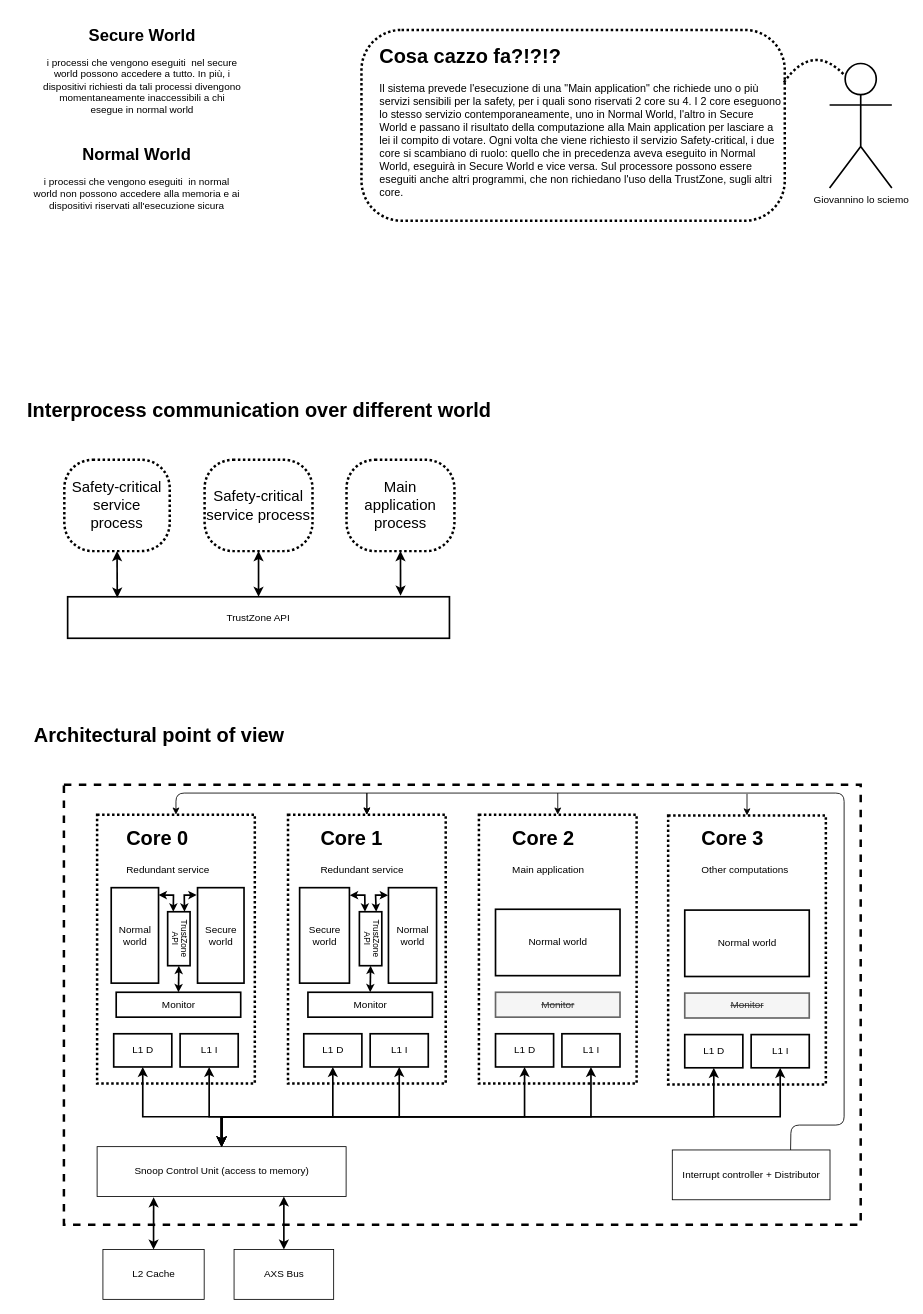
Before: page "Page-4" (3 of 4) of Untitled Diagram.drawio in gabrielegiannini/quality-and-certification-project, a draw.io diagram. Source tidied: cells renumbered, new cells numbered last; positions are measured from the earlier drawing's top-left corner, leaving out a move shared by most shapes. Both pictures are drawn from the tidied source at 83%, with x=0, y=0 at pixel (14, 22).
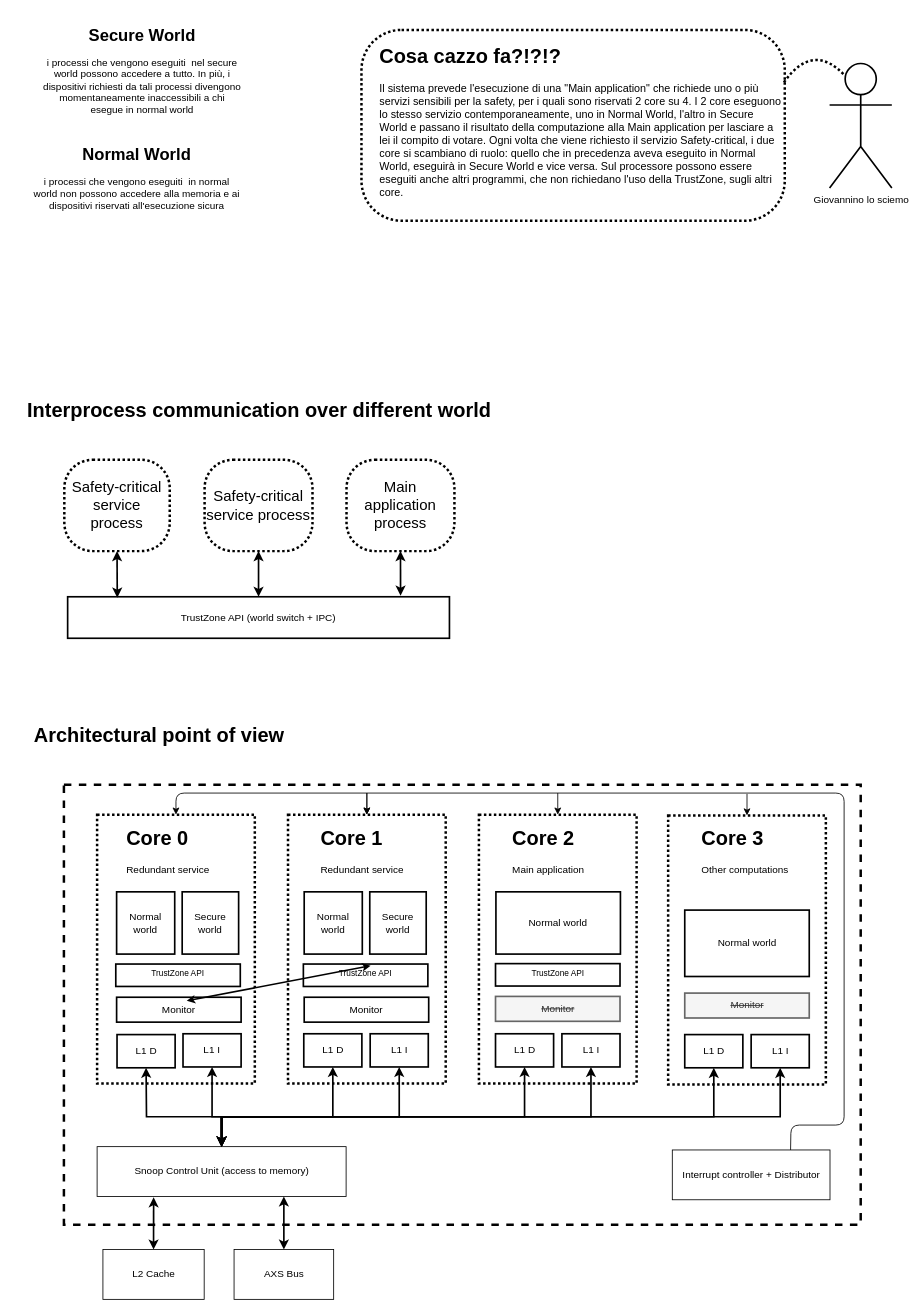
After the change.

Unchanged cells that the change refers to:
```xml
<mxCell id="28" value="Snoop Control Unit (access to memory)" style="rounded=0;whiteSpace=wrap;html=1;strokeColor=#000000;strokeWidth=1;fillColor=none;" parent="1" vertex="1">
  <mxGeometry x="99.5" y="1354" width="300" height="60" as="geometry" />
</mxCell>
<mxCell id="63" style="group;" parent="1" vertex="1">
  <mxGeometry x="60" y="526.5" width="470" height="215" as="geometry" />
</mxCell>
```

The edit, as a diff of the source:
```diff
@@
     <mxCell id="10" value="Normal world" style="rounded=0;whiteSpace=wrap;html=1;strokeWidth=2;fillColor=none;strokeColor=#000000;" parent="1" vertex="1">
-      <mxGeometry x="116.5" y="1042" width="57" height="115" as="geometry" />
+      <mxGeometry x="123" y="1047" width="70" height="75" as="geometry" />
     </mxCell>
     <mxCell id="11" value="Secure world" style="rounded=0;whiteSpace=wrap;html=1;strokeWidth=2;fillColor=none;strokeColor=#000000;" parent="1" vertex="1">
-      <mxGeometry x="220.5" y="1042" width="56" height="115" as="geometry" />
+      <mxGeometry x="202" y="1047" width="68" height="75" as="geometry" />
     </mxCell>
-    <mxCell id="12" value="Secure world" style="rounded=0;whiteSpace=wrap;html=1;strokeWidth=2;fillColor=none;strokeColor=#000000;" parent="1" vertex="1">
-      <mxGeometry x="343.5" y="1042" width="60" height="115" as="geometry" />
-    </mxCell>
-    <mxCell id="13" value="Normal world" style="rounded=0;whiteSpace=wrap;html=1;strokeWidth=2;fillColor=none;strokeColor=#000000;" parent="1" vertex="1">
-      <mxGeometry x="450.5" y="1042" width="58" height="115" as="geometry" />
-    </mxCell>
     <mxCell id="14" value="Normal world" style="rounded=0;whiteSpace=wrap;html=1;strokeColor=#000000;strokeWidth=2;fillColor=none;" parent="1" vertex="1">
-      <mxGeometry x="579.5" y="1068" width="150" height="80" as="geometry" />
+      <mxGeometry x="580" y="1047" width="150" height="75" as="geometry" />
     </mxCell>
     <mxCell id="15" value="Monitor" style="rounded=0;whiteSpace=wrap;html=1;strokeColor=#000000;strokeWidth=2;fillColor=none;" parent="1" vertex="1">
-      <mxGeometry x="122.5" y="1168" width="150" height="30" as="geometry" />
+      <mxGeometry x="123" y="1174" width="150" height="30" as="geometry" />
     </mxCell>
-    <mxCell id="16" value="Monitor" style="rounded=0;whiteSpace=wrap;html=1;strokeColor=#000000;strokeWidth=2;fillColor=none;" parent="1" vertex="1">
-      <mxGeometry x="353.5" y="1168" width="150" height="30" as="geometry" />
-    </mxCell>
     <mxCell id="17" value="&lt;strike&gt;Monitor&lt;/strike&gt;" style="rounded=0;whiteSpace=wrap;html=1;strokeColor=#666666;strokeWidth=2;fillColor=#f5f5f5;fontColor=#333333;" parent="1" vertex="1">
-      <mxGeometry x="579.5" y="1168" width="150" height="30" as="geometry" />
+      <mxGeometry x="579.5" y="1173" width="150" height="30" as="geometry" />
     </mxCell>
     <mxCell id="18" value="L1 D" style="rounded=0;whiteSpace=wrap;html=1;strokeColor=#000000;strokeWidth=2;fillColor=none;" parent="1" vertex="1">
-      <mxGeometry x="119.5" y="1218" width="70" height="40" as="geometry" />
+      <mxGeometry x="123.5" y="1219" width="70" height="40" as="geometry" />
     </mxCell>
     <mxCell id="19" value="L1 I" style="rounded=0;whiteSpace=wrap;html=1;strokeColor=#000000;strokeWidth=2;fillColor=none;" parent="1" vertex="1">
-      <mxGeometry x="199.5" y="1218" width="70" height="40" as="geometry" />
+      <mxGeometry x="203" y="1218" width="70" height="40" as="geometry" />
     </mxCell>
@@
     <mxCell id="29" style="endArrow=classic;startArrow=classic;html=1;exitX=0.5;exitY=0;exitDx=0;exitDy=0;entryX=0.5;entryY=1;entryDx=0;entryDy=0;rounded=0;strokeWidth=2;" parent="1" edge="1" source="28" target="18">
       <mxGeometry relative="1" as="geometry">
         <Array as="points">
           <mxPoint x="249.5" y="1318" />
-          <mxPoint x="154.5" y="1318" />
+          <mxPoint x="159" y="1318" />
         </Array>
       </mxGeometry>
     </mxCell>
     <mxCell id="30" style="endArrow=classic;startArrow=classic;html=1;exitX=0.5;exitY=0;exitDx=0;exitDy=0;entryX=0.5;entryY=1;entryDx=0;entryDy=0;rounded=0;strokeWidth=2;" parent="1" edge="1" source="28" target="19">
       <mxGeometry relative="1" as="geometry">
         <Array as="points">
           <mxPoint x="249.5" y="1318" />
-          <mxPoint x="234.5" y="1318" />
+          <mxPoint x="238" y="1318" />
         </Array>
       </mxGeometry>
     </mxCell>
@@
-    <mxCell id="49" value="&lt;p style=&quot;line-height: 110% ; font-size: 10px&quot;&gt;&lt;font style=&quot;font-size: 10px&quot;&gt;TrustZone&lt;br&gt; API&lt;/font&gt;&lt;/p&gt;" style="rounded=0;whiteSpace=wrap;html=1;fillColor=none;strokeWidth=2;rotation=90;labelPosition=center;verticalLabelPosition=middle;align=center;verticalAlign=middle;spacingTop=-5;" parent="1" vertex="1">
-      <mxGeometry x="165.5" y="1090" width="65" height="27" as="geometry" />
+    <mxCell id="49" value="&lt;p style=&quot;line-height: 110% ; font-size: 10px&quot;&gt;&lt;font style=&quot;font-size: 10px&quot;&gt;TrustZone API&lt;/font&gt;&lt;/p&gt;" style="rounded=0;whiteSpace=wrap;html=1;fillColor=none;strokeWidth=2;rotation=0;labelPosition=center;verticalLabelPosition=middle;align=center;verticalAlign=middle;spacingTop=-5;" parent="1" vertex="1">
+      <mxGeometry x="122" y="1134" width="150" height="27" as="geometry" />
     </mxCell>
@@
-    <mxCell id="54" style="endArrow=classic;startArrow=classic;html=1;strokeWidth=2;exitX=1;exitY=0.077;exitDx=0;exitDy=0;exitPerimeter=0;entryX=0;entryY=0.75;entryDx=0;entryDy=0;rounded=0;endSize=4;startSize=4;" parent="1" edge="1" source="10" target="49">
-      <mxGeometry relative="1" as="geometry">
-        <Array as="points">
-          <mxPoint x="191.5" y="1051" />
-        </Array>
-      </mxGeometry>
-    </mxCell>
-    <mxCell id="55" style="endArrow=classic;startArrow=classic;html=1;strokeWidth=2;exitX=-0.018;exitY=0.077;exitDx=0;exitDy=0;exitPerimeter=0;entryX=0;entryY=0.25;entryDx=0;entryDy=0;rounded=0;endSize=4;startSize=4;" parent="1" edge="1" source="11" target="49">
-      <mxGeometry relative="1" as="geometry">
-        <Array as="points">
-          <mxPoint x="204.5" y="1051" />
-        </Array>
-      </mxGeometry>
-    </mxCell>
@@
-    <mxCell id="57" value="&lt;p style=&quot;line-height: 110% ; font-size: 10px&quot;&gt;&lt;font style=&quot;font-size: 10px&quot;&gt;TrustZone&lt;br&gt; API&lt;/font&gt;&lt;/p&gt;" style="rounded=0;whiteSpace=wrap;html=1;fillColor=none;strokeWidth=2;rotation=90;labelPosition=center;verticalLabelPosition=middle;align=center;verticalAlign=middle;spacingTop=-5;" parent="1" vertex="1">
-      <mxGeometry x="396.5" y="1090" width="65" height="27" as="geometry" />
-    </mxCell>
-    <mxCell id="58" style="endArrow=classic;startArrow=classic;html=1;strokeWidth=2;exitX=1;exitY=0.077;exitDx=0;exitDy=0;exitPerimeter=0;entryX=0;entryY=0.75;entryDx=0;entryDy=0;rounded=0;endSize=4;startSize=4;" parent="1" edge="1" target="57">
-      <mxGeometry relative="1" as="geometry">
-        <mxPoint x="403.9" y="1051" as="sourcePoint" />
-        <Array as="points">
-          <mxPoint x="422" y="1051" />
-        </Array>
-      </mxGeometry>
-    </mxCell>
-    <mxCell id="59" style="endArrow=classic;startArrow=classic;html=1;strokeWidth=2;exitX=-0.018;exitY=0.077;exitDx=0;exitDy=0;exitPerimeter=0;entryX=0;entryY=0.25;entryDx=0;entryDy=0;rounded=0;endSize=4;startSize=4;" parent="1" edge="1" target="57">
-      <mxGeometry relative="1" as="geometry">
-        <mxPoint x="450.1" y="1051" as="sourcePoint" />
-        <Array as="points">
-          <mxPoint x="435" y="1051" />
-        </Array>
-      </mxGeometry>
-    </mxCell>
-    <mxCell id="60" style="endArrow=classic;startArrow=classic;html=1;strokeWidth=2;exitX=1;exitY=0.5;exitDx=0;exitDy=0;entryX=0.5;entryY=0;entryDx=0;entryDy=0;rounded=0;endSize=4;startSize=4;" parent="1" edge="1" source="49" target="15">
-      <mxGeometry relative="1" as="geometry" />
-    </mxCell>
-    <mxCell id="61" style="endArrow=classic;startArrow=classic;html=1;strokeWidth=2;exitX=1;exitY=0.5;exitDx=0;exitDy=0;entryX=0.5;entryY=0;entryDx=0;entryDy=0;rounded=0;endSize=4;startSize=4;" parent="1" edge="1" source="57" target="16">
-      <mxGeometry relative="1" as="geometry" />
+    <mxCell id="61" style="endArrow=classic;startArrow=classic;html=1;strokeWidth=2;exitX=1;exitY=0.5;exitDx=0;exitDy=0;entryX=0.5;entryY=0;entryDx=0;entryDy=0;rounded=0;endSize=4;startSize=4;" parent="1" edge="1">
+      <mxGeometry relative="1" as="geometry">
+        <mxPoint x="429" y="1136" as="sourcePoint" />
+        <mxPoint x="207.5" y="1178.3" as="targetPoint" />
+      </mxGeometry>
     </mxCell>
@@
-    <mxCell id="69" value="TrustZone API" style="rounded=0;whiteSpace=wrap;html=1;shadow=0;glass=0;comic=0;strokeWidth=2;fillColor=none;" parent="63" vertex="1">
+    <mxCell id="69" value="TrustZone API (world switch + IPC)" style="rounded=0;whiteSpace=wrap;html=1;shadow=0;glass=0;comic=0;strokeWidth=2;fillColor=none;" parent="63" vertex="1">
       <mxGeometry x="4" y="165" width="460" height="50" as="geometry" />
     </mxCell>
@@
+    <mxCell id="13" value="Normal world" style="rounded=0;whiteSpace=wrap;html=1;strokeWidth=2;fillColor=none;strokeColor=#000000;" parent="1" vertex="1">
+      <mxGeometry x="349" y="1047" width="70" height="75" as="geometry" />
+    </mxCell>
+    <mxCell id="12" value="Secure world" style="rounded=0;whiteSpace=wrap;html=1;strokeWidth=2;fillColor=none;strokeColor=#000000;" parent="1" vertex="1">
+      <mxGeometry x="428" y="1047" width="68" height="75" as="geometry" />
+    </mxCell>
+    <mxCell id="16" value="Monitor" style="rounded=0;whiteSpace=wrap;html=1;strokeColor=#000000;strokeWidth=2;fillColor=none;" parent="1" vertex="1">
+      <mxGeometry x="349" y="1174" width="150" height="30" as="geometry" />
+    </mxCell>
+    <mxCell id="72" value="&lt;p style=&quot;line-height: 110% ; font-size: 10px&quot;&gt;&lt;font style=&quot;font-size: 10px&quot;&gt;TrustZone API&lt;/font&gt;&lt;/p&gt;" style="rounded=0;whiteSpace=wrap;html=1;fillColor=none;strokeWidth=2;rotation=0;labelPosition=center;verticalLabelPosition=middle;align=center;verticalAlign=middle;spacingTop=-5;" parent="1" vertex="1">
+      <mxGeometry x="348" y="1134" width="150" height="27" as="geometry" />
+    </mxCell>
+    <mxCell id="73" value="&lt;p style=&quot;line-height: 110% ; font-size: 10px&quot;&gt;&lt;font style=&quot;font-size: 10px&quot;&gt;TrustZone API&lt;/font&gt;&lt;/p&gt;" style="rounded=0;whiteSpace=wrap;html=1;fillColor=none;strokeWidth=2;rotation=0;labelPosition=center;verticalLabelPosition=middle;align=center;verticalAlign=middle;spacingTop=-5;" parent="1" vertex="1">
+      <mxGeometry x="579.5" y="1133.5" width="150" height="27" as="geometry" />
+    </mxCell>
```
